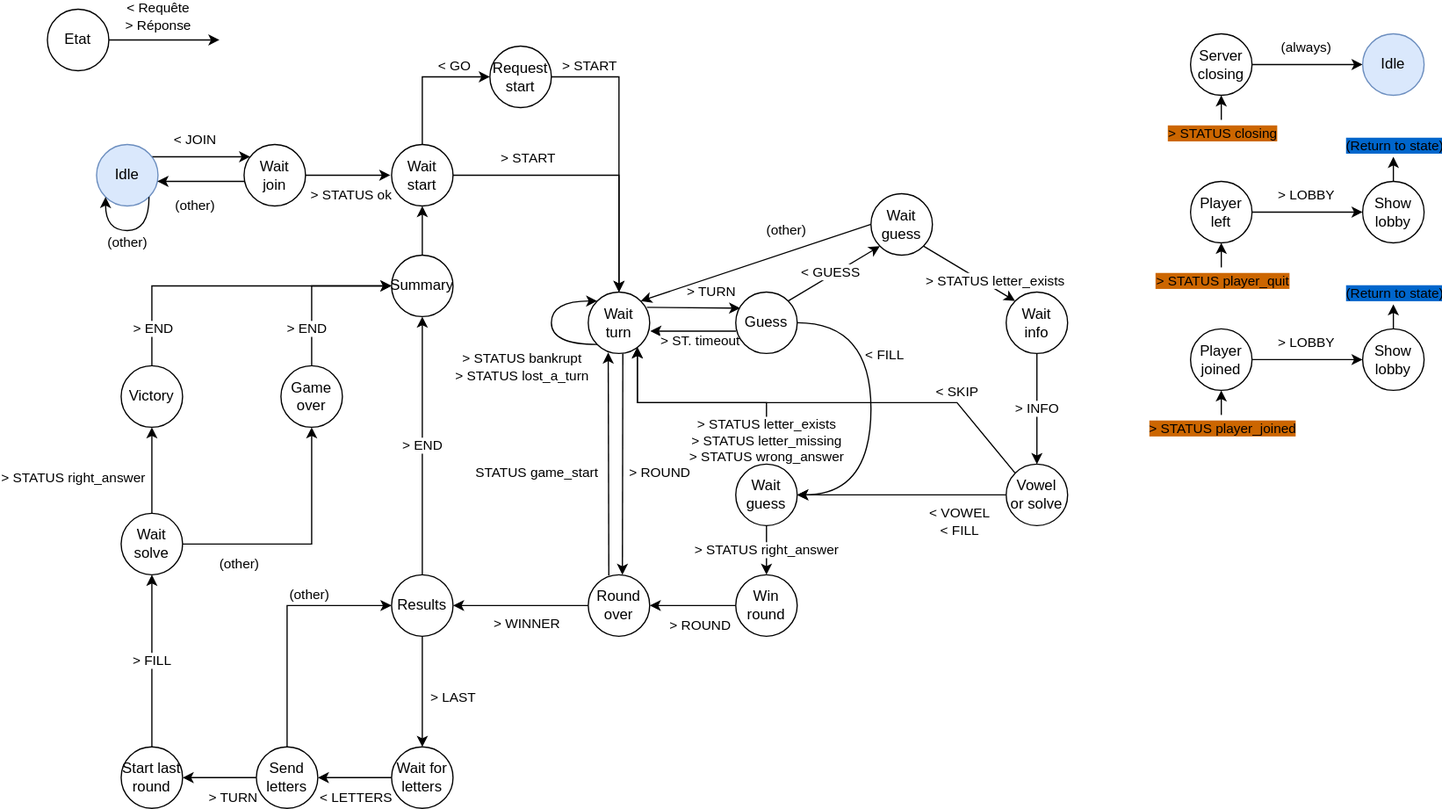
Before: docs/img/client_lifecycle.svg, a diagram exported from draw.io (lentidas/DAI-2425-PW2). Source tidied: cells renumbered, new cells last; positions are measured from the earlier drawing's top-left corner, leaving out a move shared by most shapes.
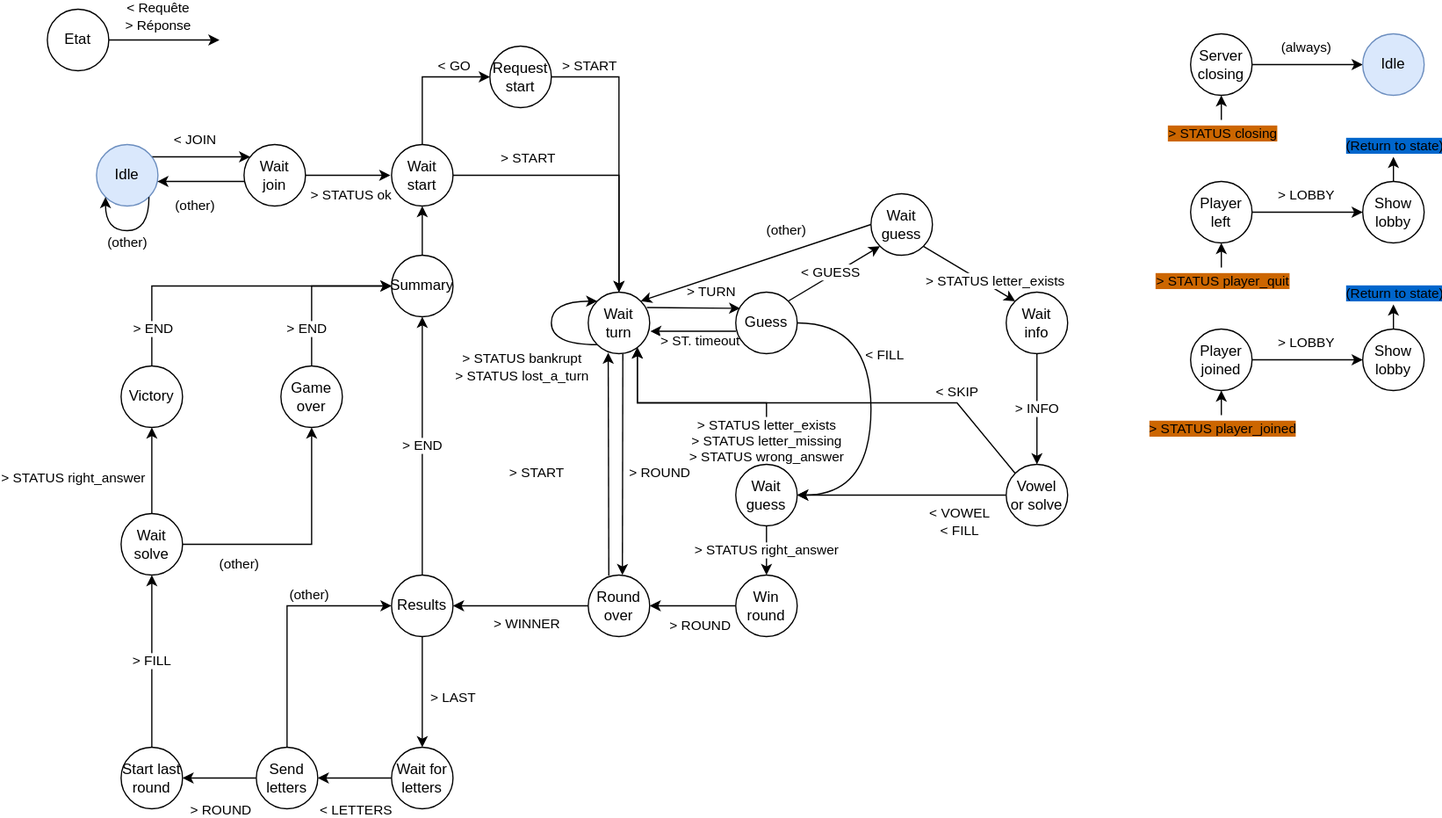
Above is the later version.

Change to the diagram source:
```diff
@@ -264,7 +264,7 @@
     <mxCell id="63" style="rounded=0;jettySize=auto;html=1;exitX=0.335;exitY=0.011;exitDx=0;exitDy=0;entryX=0.325;entryY=0.984;entryDx=0;entryDy=0;entryPerimeter=0;exitPerimeter=0;" parent="1" edge="1" source="66" target="28">
       <mxGeometry relative="1" as="geometry" />
     </mxCell>
-    <mxCell id="64" value="STATUS game_start" style="edgeLabel;html=1;align=center;verticalAlign=middle;" parent="63" vertex="1">
+    <mxCell id="64" value="&amp;gt; START" style="edgeLabel;html=1;align=center;verticalAlign=middle;" parent="63" vertex="1">
       <mxGeometry x="0.12" y="3" relative="1" as="geometry">
         <mxPoint x="-56" y="18" as="offset" />
       </mxGeometry>
@@ -414,9 +414,9 @@
     <mxCell id="98" style="edgeStyle=orthogonalEdgeStyle;rounded=0;jettySize=auto;html=1;entryX=1;entryY=0.5;entryDx=0;entryDy=0;exitX=0;exitY=0.5;exitDx=0;exitDy=0;" parent="1" edge="1" source="102" target="77">
       <mxGeometry relative="1" as="geometry" />
     </mxCell>
-    <mxCell id="99" value="&amp;gt; TURN" style="edgeLabel;html=1;align=center;verticalAlign=middle;" parent="98" vertex="1">
+    <mxCell id="99" value="&amp;gt; ROUND" style="edgeLabel;html=1;align=center;verticalAlign=middle;" parent="98" vertex="1">
       <mxGeometry x="-0.23" y="1" relative="1" as="geometry">
-        <mxPoint x="3" y="14" as="offset" />
+        <mxPoint x="-7" y="24" as="offset" />
       </mxGeometry>
     </mxCell>
     <mxCell id="100" style="edgeStyle=orthogonalEdgeStyle;rounded=0;jettySize=auto;html=1;exitX=0.5;exitY=0;exitDx=0;exitDy=0;entryX=0;entryY=0.5;entryDx=0;entryDy=0;" parent="1" edge="1" source="102" target="74">
@@ -435,7 +435,7 @@
     </mxCell>
     <mxCell id="104" value="&amp;lt; LETTERS" style="edgeLabel;html=1;align=center;verticalAlign=middle;" parent="103" vertex="1">
       <mxGeometry x="-0.11" y="3" relative="1" as="geometry">
-        <mxPoint x="-3" y="12" as="offset" />
+        <mxPoint x="-3" y="22" as="offset" />
       </mxGeometry>
     </mxCell>
     <mxCell id="105" value="Wait for letters" style="ellipse;whiteSpace=wrap;html=1;" parent="1" vertex="1">
```
